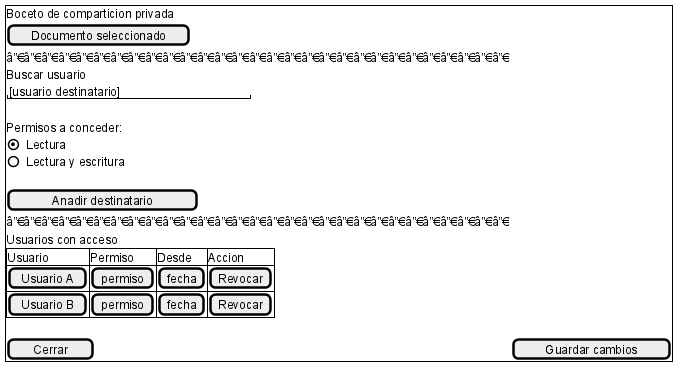
Before: anexos/diagramas/ui-share-modal.png, a diagram exported from PlantUML (ErDeivih/DocumentChain). Its diagram source:
```plantuml
@startsalt
{+
  Boceto de comparticion privada
  [Documento seleccionado]
  â”€â”€â”€â”€â”€â”€â”€â”€â”€â”€â”€â”€â”€â”€â”€â”€â”€â”€â”€â”€â”€â”€â”€â”€â”€â”€â”€â”€â”€
  Buscar usuario
  "[usuario destinatario]        "
  .
  Permisos a conceder:
  (X) Lectura
  () Lectura y escritura
  .
  [  Anadir destinatario  ]
  â”€â”€â”€â”€â”€â”€â”€â”€â”€â”€â”€â”€â”€â”€â”€â”€â”€â”€â”€â”€â”€â”€â”€â”€â”€â”€â”€â”€â”€
  Usuarios con acceso
  {#
    Usuario | Permiso | Desde | Accion
    [Usuario A] | [permiso] | [fecha] | [Revocar]
    [Usuario B] | [permiso] | [fecha] | [Revocar]
  }
  .
  [  Cerrar  ] | [  Guardar cambios  ]
}
@endsalt
```
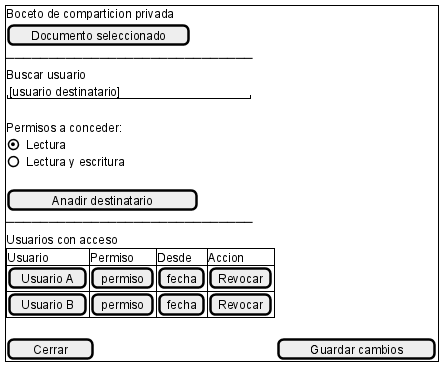
After the commit.

Diff of the diagram source:
```diff
@@ -2,7 +2,7 @@
 {+
   Boceto de comparticion privada
   [Documento seleccionado]
-  â”€â”€â”€â”€â”€â”€â”€â”€â”€â”€â”€â”€â”€â”€â”€â”€â”€â”€â”€â”€â”€â”€â”€â”€â”€â”€â”€â”€â”€
+  ─────────────────────────────
   Buscar usuario
   "[usuario destinatario]        "
   .
@@ -11,7 +11,7 @@
   () Lectura y escritura
   .
   [  Anadir destinatario  ]
-  â”€â”€â”€â”€â”€â”€â”€â”€â”€â”€â”€â”€â”€â”€â”€â”€â”€â”€â”€â”€â”€â”€â”€â”€â”€â”€â”€â”€â”€
+  ─────────────────────────────
   Usuarios con acceso
   {#
     Usuario | Permiso | Desde | Accion
```
